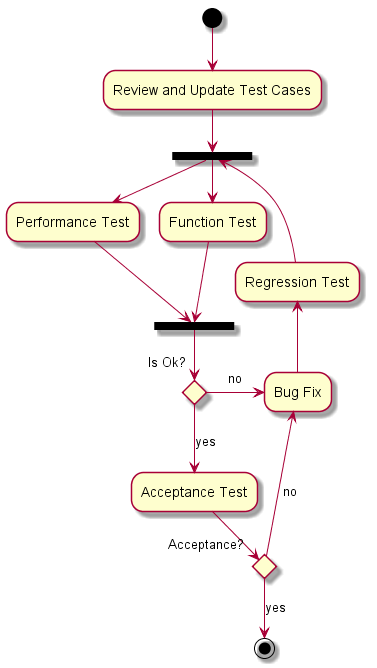
Earlier version of the PlantUML export 2_process/Process_For_Development/Process_For_Service_1.0.0/source/images/Verification_Process.png (imace/service-dev).
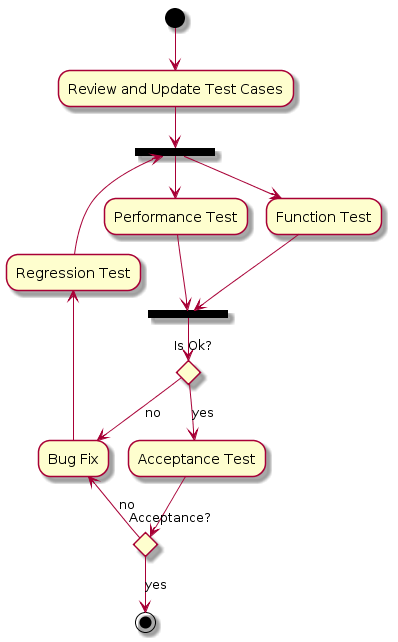
The same diagram one commit later.

The edit, as a diff of the source:
```diff
@@ -18,7 +18,7 @@
   -up->[no] "Bug Fix"
   endif
 else
--right->[no] "Bug Fix"
+-->[no] "Bug Fix"
 -up->"Regression Test"
 -up->===B2===
 endif
```
